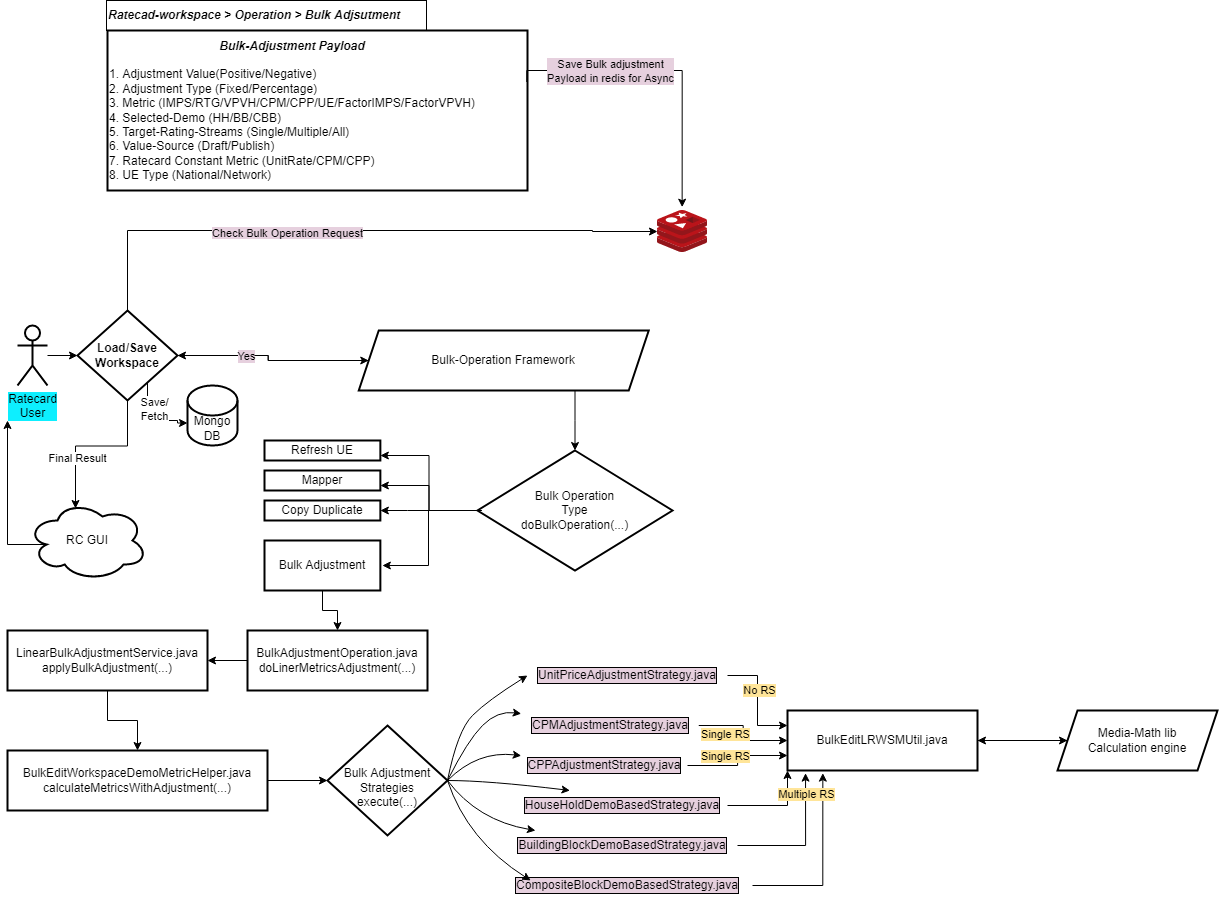
The draw.io diagram BulkAdjustment.drawio.png in rishant/draw.io, before a commit. Source tidied: cells renumbered, new cells last; positions are measured from the earlier drawing's top-left corner, leaving out a move shared by most shapes.
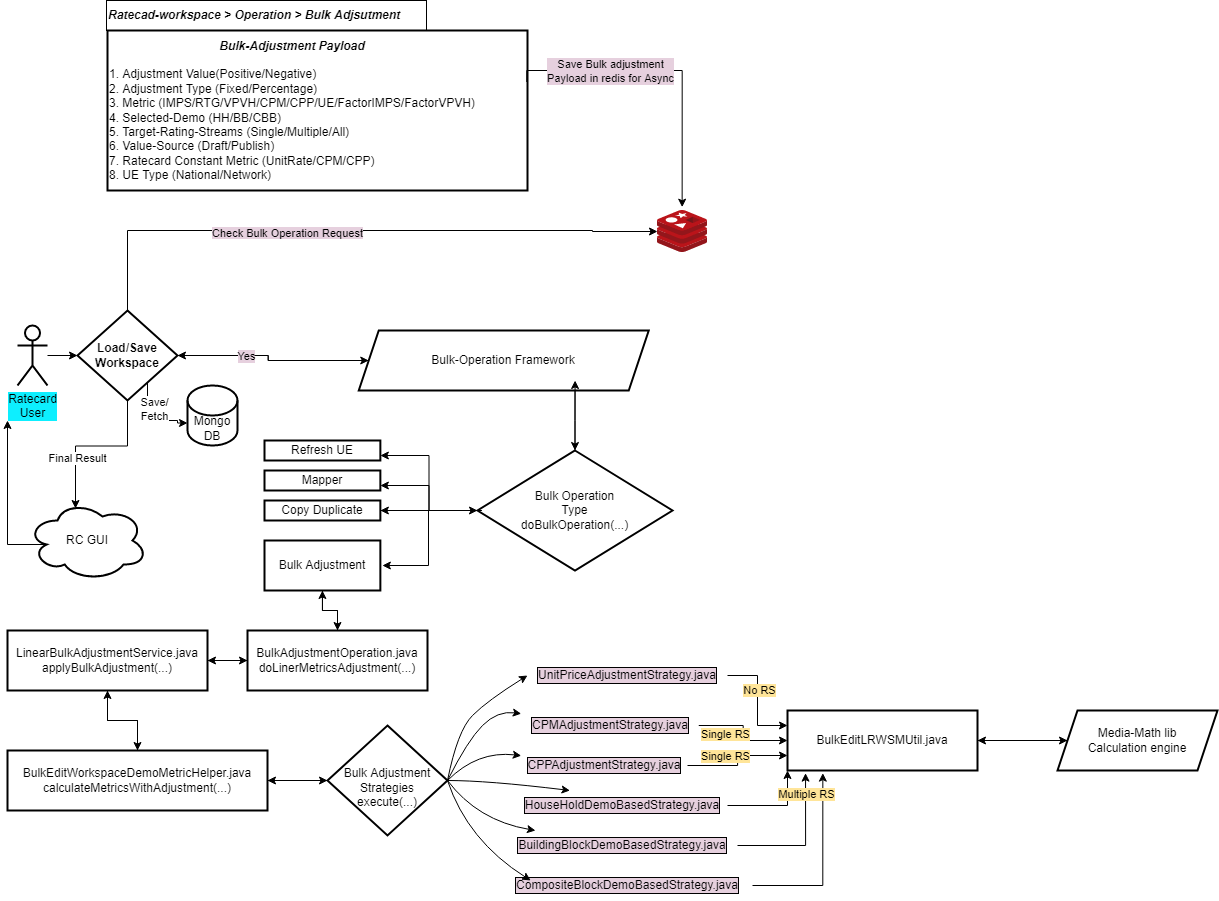
After the commit.

Diff of the diagram source:
```diff
@@ -48,6 +48,9 @@
     <mxCell id="11" style="edgeStyle=orthogonalEdgeStyle;rounded=0;jettySize=auto;html=1;entryX=1;entryY=0.75;entryDx=0;entryDy=0;labelBackgroundColor=#E6D0DE;" parent="1" edge="1" source="12" target="62">
       <mxGeometry relative="1" as="geometry" />
     </mxCell>
+    <mxCell id="68" style="edgeStyle=orthogonalEdgeStyle;rounded=0;jettySize=auto;html=1;entryX=0.746;entryY=0.833;entryDx=0;entryDy=0;entryPerimeter=0;labelBackgroundColor=#E6D0DE;" parent="1" edge="1" source="12" target="8">
+      <mxGeometry relative="1" as="geometry" />
+    </mxCell>
     <mxCell id="12" value="Bulk Operation&lt;br&gt;Type&lt;br&gt;doBulkOperation(...)" style="rhombus;whiteSpace=wrap;html=1;rounded=0;strokeColor=default;strokeWidth=2;" parent="1" vertex="1">
       <mxGeometry x="470" y="450" width="195" height="120" as="geometry" />
     </mxCell>
@@ -122,21 +125,33 @@
     <mxCell id="28" style="edgeStyle=orthogonalEdgeStyle;rounded=0;jettySize=auto;html=1;entryX=1;entryY=0.5;entryDx=0;entryDy=0;labelBackgroundColor=#E6D0DE;" parent="1" edge="1" source="29" target="31">
       <mxGeometry relative="1" as="geometry" />
     </mxCell>
+    <mxCell id="69" style="edgeStyle=orthogonalEdgeStyle;rounded=0;jettySize=auto;html=1;entryX=0.5;entryY=1;entryDx=0;entryDy=0;labelBackgroundColor=#E6D0DE;" parent="1" edge="1" source="29" target="64">
+      <mxGeometry relative="1" as="geometry" />
+    </mxCell>
     <mxCell id="29" value="BulkAdjustmentOperation.java&lt;br&gt;doLinerMetricsAdjustment(...)" style="rounded=0;whiteSpace=wrap;html=1;labelBackgroundColor=none;strokeColor=default;strokeWidth=2;" parent="1" vertex="1">
       <mxGeometry x="240" y="630" width="180" height="60" as="geometry" />
     </mxCell>
     <mxCell id="30" style="edgeStyle=orthogonalEdgeStyle;rounded=0;jettySize=auto;html=1;entryX=0.5;entryY=0;entryDx=0;entryDy=0;labelBackgroundColor=#E6D0DE;" parent="1" edge="1" source="31" target="33">
       <mxGeometry relative="1" as="geometry" />
     </mxCell>
+    <mxCell id="70" style="edgeStyle=orthogonalEdgeStyle;rounded=0;jettySize=auto;html=1;entryX=0;entryY=0.5;entryDx=0;entryDy=0;labelBackgroundColor=#E6D0DE;" parent="1" edge="1" source="31" target="29">
+      <mxGeometry relative="1" as="geometry" />
+    </mxCell>
     <mxCell id="31" value="LinearBulkAdjustmentService.java&lt;br&gt;applyBulkAdjustment(...)" style="rounded=0;whiteSpace=wrap;html=1;labelBackgroundColor=none;strokeColor=default;strokeWidth=2;" parent="1" vertex="1">
       <mxGeometry y="630" width="200" height="60" as="geometry" />
     </mxCell>
     <mxCell id="32" style="edgeStyle=orthogonalEdgeStyle;rounded=0;jettySize=auto;html=1;entryX=0;entryY=0.5;entryDx=0;entryDy=0;labelBackgroundColor=#E6D0DE;" parent="1" edge="1" source="33" target="34">
       <mxGeometry relative="1" as="geometry" />
     </mxCell>
+    <mxCell id="71" style="edgeStyle=orthogonalEdgeStyle;rounded=0;jettySize=auto;html=1;entryX=0.5;entryY=1;entryDx=0;entryDy=0;labelBackgroundColor=#E6D0DE;" parent="1" edge="1" source="33" target="31">
+      <mxGeometry relative="1" as="geometry" />
+    </mxCell>
     <mxCell id="33" value="BulkEditWorkspaceDemoMetricHelper.java&lt;br&gt;calculateMetricsWithAdjustment(...)" style="rounded=0;whiteSpace=wrap;html=1;labelBackgroundColor=none;strokeColor=default;strokeWidth=2;" parent="1" vertex="1">
       <mxGeometry y="750" width="260" height="60" as="geometry" />
     </mxCell>
+    <mxCell id="72" style="edgeStyle=orthogonalEdgeStyle;rounded=0;jettySize=auto;html=1;entryX=1;entryY=0.5;entryDx=0;entryDy=0;labelBackgroundColor=#E6D0DE;" parent="1" edge="1" source="34" target="33">
+      <mxGeometry relative="1" as="geometry" />
+    </mxCell>
     <mxCell id="34" value="&lt;br&gt;Bulk Adjustment&lt;br&gt;Strategies&lt;br&gt;execute(...)" style="rhombus;whiteSpace=wrap;html=1;rounded=0;labelBackgroundColor=none;strokeColor=default;strokeWidth=2;" parent="1" vertex="1">
       <mxGeometry x="320" y="725" width="120" height="110" as="geometry" />
     </mxCell>
@@ -279,5 +294,10 @@
         <mxPoint x="13" y="-2" as="offset" />
       </mxGeometry>
     </mxCell>
+    <mxCell id="73" style="edgeStyle=orthogonalEdgeStyle;rounded=0;jettySize=auto;html=1;labelBackgroundColor=#E6D0DE;" parent="1" edge="1" source="63">
+      <mxGeometry relative="1" as="geometry">
+        <mxPoint x="470" y="510" as="targetPoint" />
+      </mxGeometry>
+    </mxCell>
   </root>
 </mxGraphModel>
```
